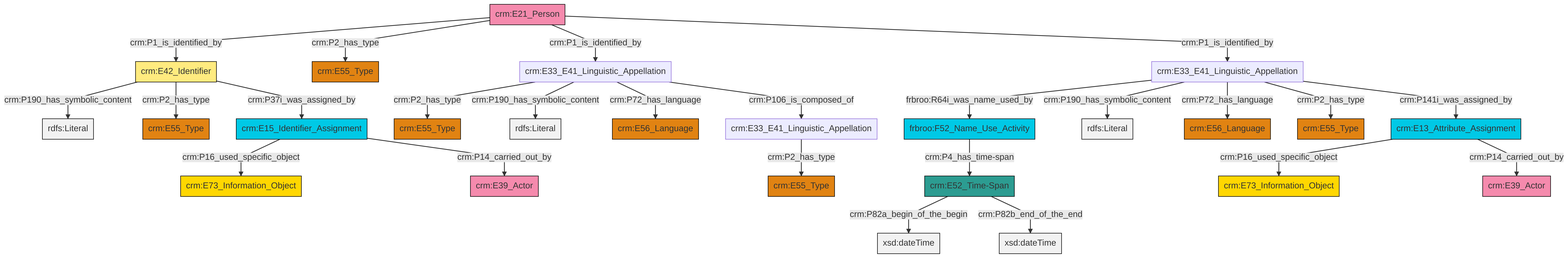
The Mermaid diagram et/personCSV/ttl/mmd/png/Person_Names_and_Classification.png in swiss-art-research-net/docs.swissartresearch, before a commit. Its source is kept beside it as et/personCSV/ttl/mmd/Person_Names_and_Classification.ttl.mmd.
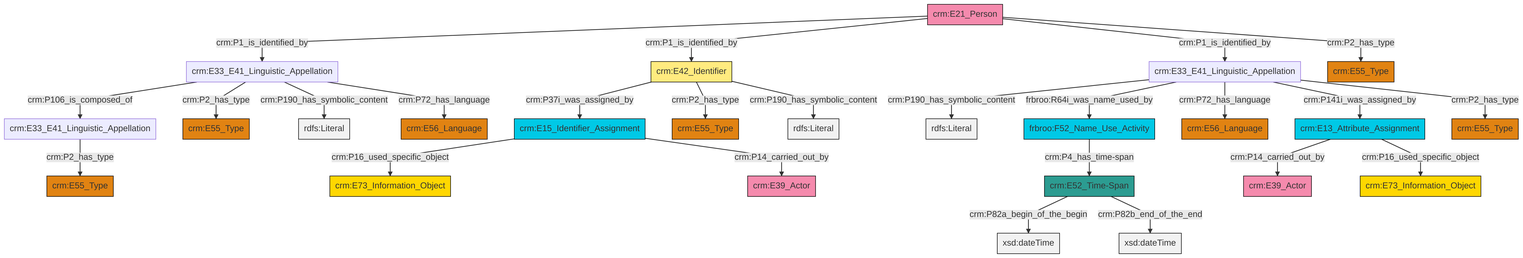
Above is the later version.

The edit, as a diff of the source:
```diff
@@ -13,27 +13,27 @@
 classDef PC_Classes fill:#4ce600, stroke:#000000;
 classDef Multi fill:#cccccc,stroke:#000000;
 
-0["crm:E33_E41_Linguistic_Appellation"]:::Default -->|crm:P2_has_type| 1["crm:E55_Type"]:::Type
-2["crm:E42_Identifier"]:::Appellation -->|crm:P190_has_symbolic_content| 3[rdfs:Literal]:::Literal
-4["crm:E33_E41_Linguistic_Appellation"]:::Default -->|crm:P2_has_type| 5["crm:E55_Type"]:::Type
-9["crm:E33_E41_Linguistic_Appellation"]:::Default -->|frbroo:R64i_was_name_used_by| 10["frbroo:F52_Name_Use_Activity"]:::Temporal_Entity
-12["crm:E13_Attribute_Assignment"]:::Temporal_Entity -->|crm:P16_used_specific_object| 13["crm:E73_Information_Object"]:::Conceptual_Object
-9["crm:E33_E41_Linguistic_Appellation"]:::Default -->|crm:P190_has_symbolic_content| 14[rdfs:Literal]:::Literal
-9["crm:E33_E41_Linguistic_Appellation"]:::Default -->|crm:P72_has_language| 15["crm:E56_Language"]:::Type
-0["crm:E33_E41_Linguistic_Appellation"]:::Default -->|crm:P190_has_symbolic_content| 16[rdfs:Literal]:::Literal
-19["crm:E15_Identifier_Assignment"]:::Temporal_Entity -->|crm:P16_used_specific_object| 20["crm:E73_Information_Object"]:::Conceptual_Object
-0["crm:E33_E41_Linguistic_Appellation"]:::Default -->|crm:P72_has_language| 22["crm:E56_Language"]:::Type
-24["crm:E21_Person"]:::Actor -->|crm:P1_is_identified_by| 2["crm:E42_Identifier"]:::Appellation
-12["crm:E13_Attribute_Assignment"]:::Temporal_Entity -->|crm:P14_carried_out_by| 25["crm:E39_Actor"]:::Actor
-0["crm:E33_E41_Linguistic_Appellation"]:::Default -->|crm:P106_is_composed_of| 4["crm:E33_E41_Linguistic_Appellation"]:::Default
-10["frbroo:F52_Name_Use_Activity"]:::Temporal_Entity -->|crm:P4_has_time-span| 26["crm:E52_Time-Span"]:::Time-Span
-9["crm:E33_E41_Linguistic_Appellation"]:::Default -->|crm:P2_has_type| 17["crm:E55_Type"]:::Type
-24["crm:E21_Person"]:::Actor -->|crm:P2_has_type| 28["crm:E55_Type"]:::Type
-2["crm:E42_Identifier"]:::Appellation -->|crm:P2_has_type| 30["crm:E55_Type"]:::Type
-19["crm:E15_Identifier_Assignment"]:::Temporal_Entity -->|crm:P14_carried_out_by| 7["crm:E39_Actor"]:::Actor
-9["crm:E33_E41_Linguistic_Appellation"]:::Default -->|crm:P141i_was_assigned_by| 12["crm:E13_Attribute_Assignment"]:::Temporal_Entity
-26["crm:E52_Time-Span"]:::Time-Span -->|crm:P82a_begin_of_the_begin| 33[xsd:dateTime]:::Literal
-24["crm:E21_Person"]:::Actor -->|crm:P1_is_identified_by| 0["crm:E33_E41_Linguistic_Appellation"]:::Default
-24["crm:E21_Person"]:::Actor -->|crm:P1_is_identified_by| 9["crm:E33_E41_Linguistic_Appellation"]:::Default
-26["crm:E52_Time-Span"]:::Time-Span -->|crm:P82b_end_of_the_end| 37[xsd:dateTime]:::Literal
-2["crm:E42_Identifier"]:::Appellation -->|crm:P37i_was_assigned_by| 19["crm:E15_Identifier_Assignment"]:::Temporal_Entity
+2["crm:E33_E41_Linguistic_Appellation"]:::Default -->|crm:P190_has_symbolic_content| 3[rdfs:Literal]:::Literal
+0["crm:E42_Identifier"]:::Appellation -->|crm:P37i_was_assigned_by| 6["crm:E15_Identifier_Assignment"]:::Temporal_Entity
+9["crm:E21_Person"]:::Actor -->|crm:P1_is_identified_by| 10["crm:E33_E41_Linguistic_Appellation"]:::Default
+10["crm:E33_E41_Linguistic_Appellation"]:::Default -->|crm:P106_is_composed_of| 7["crm:E33_E41_Linguistic_Appellation"]:::Default
+16["crm:E52_Time-Span"]:::Time-Span -->|crm:P82a_begin_of_the_begin| 17[xsd:dateTime]:::Literal
+7["crm:E33_E41_Linguistic_Appellation"]:::Default -->|crm:P2_has_type| 22["crm:E55_Type"]:::Type
+6["crm:E15_Identifier_Assignment"]:::Temporal_Entity -->|crm:P16_used_specific_object| 25["crm:E73_Information_Object"]:::Conceptual_Object
+26["crm:E13_Attribute_Assignment"]:::Temporal_Entity -->|crm:P14_carried_out_by| 27["crm:E39_Actor"]:::Actor
+16["crm:E52_Time-Span"]:::Time-Span -->|crm:P82b_end_of_the_end| 29[xsd:dateTime]:::Literal
+2["crm:E33_E41_Linguistic_Appellation"]:::Default -->|frbroo:R64i_was_name_used_by| 30["frbroo:F52_Name_Use_Activity"]:::Temporal_Entity
+2["crm:E33_E41_Linguistic_Appellation"]:::Default -->|crm:P72_has_language| 31["crm:E56_Language"]:::Type
+9["crm:E21_Person"]:::Actor -->|crm:P1_is_identified_by| 0["crm:E42_Identifier"]:::Appellation
+26["crm:E13_Attribute_Assignment"]:::Temporal_Entity -->|crm:P16_used_specific_object| 4["crm:E73_Information_Object"]:::Conceptual_Object
+0["crm:E42_Identifier"]:::Appellation -->|crm:P2_has_type| 34["crm:E55_Type"]:::Type
+2["crm:E33_E41_Linguistic_Appellation"]:::Default -->|crm:P141i_was_assigned_by| 26["crm:E13_Attribute_Assignment"]:::Temporal_Entity
+2["crm:E33_E41_Linguistic_Appellation"]:::Default -->|crm:P2_has_type| 23["crm:E55_Type"]:::Type
+9["crm:E21_Person"]:::Actor -->|crm:P1_is_identified_by| 2["crm:E33_E41_Linguistic_Appellation"]:::Default
+10["crm:E33_E41_Linguistic_Appellation"]:::Default -->|crm:P2_has_type| 11["crm:E55_Type"]:::Type
+6["crm:E15_Identifier_Assignment"]:::Temporal_Entity -->|crm:P14_carried_out_by| 14["crm:E39_Actor"]:::Actor
+9["crm:E21_Person"]:::Actor -->|crm:P2_has_type| 41["crm:E55_Type"]:::Type
+0["crm:E42_Identifier"]:::Appellation -->|crm:P190_has_symbolic_content| 43[rdfs:Literal]:::Literal
+10["crm:E33_E41_Linguistic_Appellation"]:::Default -->|crm:P190_has_symbolic_content| 44[rdfs:Literal]:::Literal
+10["crm:E33_E41_Linguistic_Appellation"]:::Default -->|crm:P72_has_language| 19["crm:E56_Language"]:::Type
+30["frbroo:F52_Name_Use_Activity"]:::Temporal_Entity -->|crm:P4_has_time-span| 16["crm:E52_Time-Span"]:::Time-Span
```
